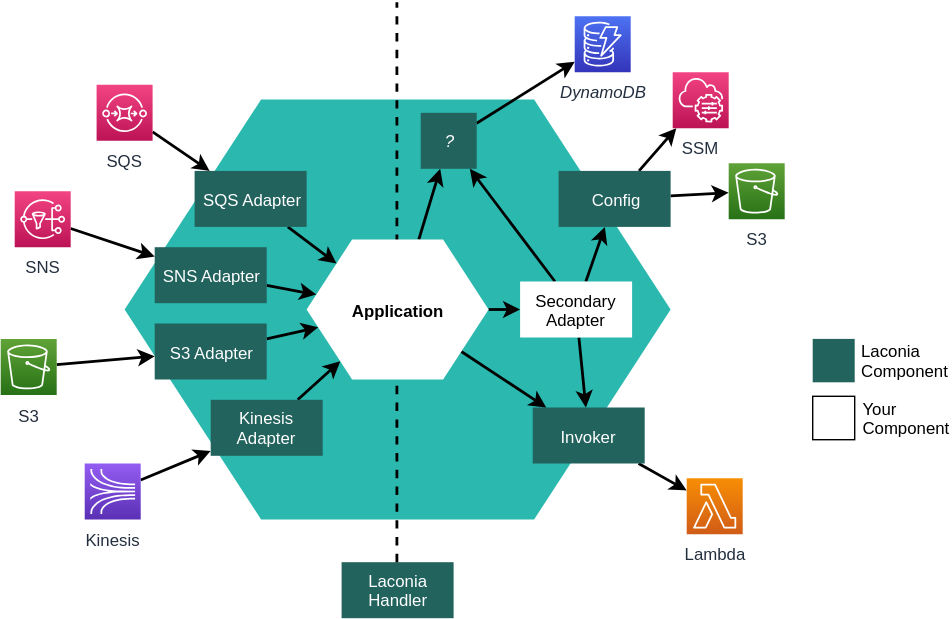
Above: docs/assets/core-concepts.drawio.svg in laconiajs/website (draw.io), before the change. Source tidied: cells renumbered, new cells last; positions are measured from the earlier drawing's top-left corner, leaving out a move shared by most shapes.
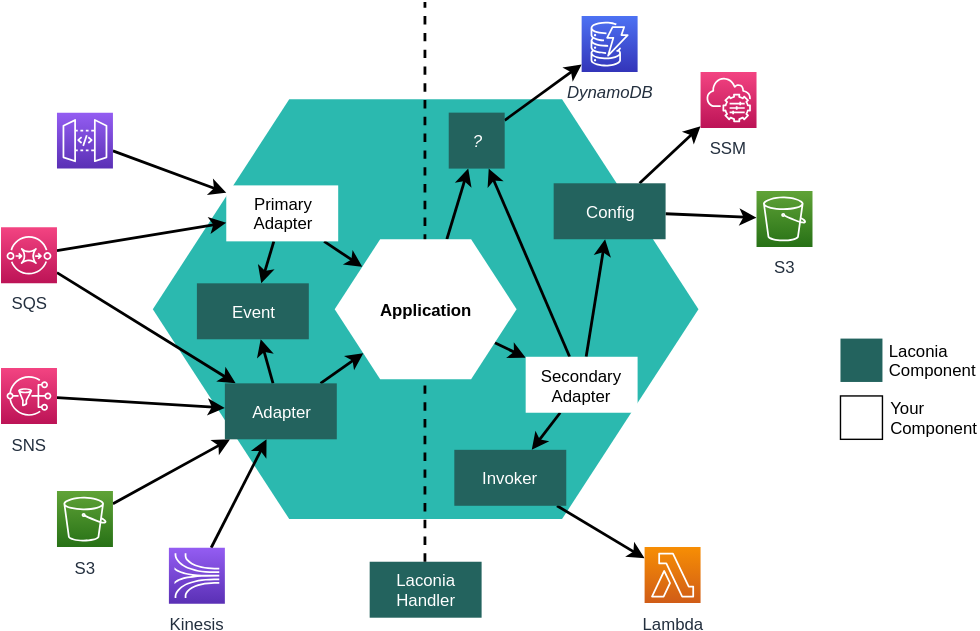
The same file after the commit.

Commit message:
Add event package in core concepts docs

What changed in the source:
```diff
@@ -8,17 +8,11 @@
     <mxCell id="3" value="&lt;span&gt;Laconia Handler&lt;/span&gt;" style="rounded=0;whiteSpace=wrap;html=1;fillColor=#23635e;strokeColor=none;fontColor=#FFFFFF;fontStyle=0;" parent="1" vertex="1">
       <mxGeometry x="243.5" y="400" width="80" height="40" as="geometry" />
     </mxCell>
-    <mxCell id="4" style="edgeStyle=none;rounded=0;jettySize=auto;html=1;strokeWidth=2;" parent="1" edge="1" source="5" target="12">
-      <mxGeometry relative="1" as="geometry" />
-    </mxCell>
-    <mxCell id="5" value="&lt;span&gt;SNS Adapter&lt;/span&gt;" style="rounded=0;whiteSpace=wrap;html=1;fillColor=#23635e;strokeColor=none;fontColor=#FFFFFF;fontStyle=0;" parent="1" vertex="1">
-      <mxGeometry x="110" y="175" width="80" height="40" as="geometry" />
-    </mxCell>
     <mxCell id="6" style="edgeStyle=none;rounded=0;jettySize=auto;html=1;strokeWidth=2;" parent="1" edge="1" source="7" target="13">
       <mxGeometry relative="1" as="geometry" />
     </mxCell>
     <mxCell id="7" value="&lt;span style=&quot;font-style: normal&quot;&gt;&lt;span&gt;Invoker&lt;/span&gt;&lt;/span&gt;&lt;br&gt;" style="rounded=0;whiteSpace=wrap;html=1;fillColor=#23635e;strokeColor=none;fontColor=#FFFFFF;fontStyle=2;" parent="1" vertex="1">
-      <mxGeometry x="380" y="289.5" width="80" height="40" as="geometry" />
+      <mxGeometry x="304" y="320" width="80" height="40" as="geometry" />
     </mxCell>
     <mxCell id="8" style="endArrow=none;dashed=1;html=1;fontColor=#FFFFFF;strokeWidth=2;" parent="1" edge="1">
       <mxGeometry relative="1" as="geometry">
@@ -29,9 +23,6 @@
     <mxCell id="9" style="edgeStyle=none;rounded=0;jettySize=auto;html=1;strokeWidth=2;" parent="1" edge="1" source="12" target="34">
       <mxGeometry relative="1" as="geometry" />
     </mxCell>
-    <mxCell id="10" style="edgeStyle=none;rounded=0;jettySize=auto;html=1;strokeWidth=2;" parent="1" edge="1" source="12" target="7">
-      <mxGeometry relative="1" as="geometry" />
-    </mxCell>
     <mxCell id="11" style="edgeStyle=none;rounded=0;jettySize=auto;html=1;strokeWidth=2;" parent="1" edge="1" source="12" target="23">
       <mxGeometry relative="1" as="geometry" />
     </mxCell>
@@ -39,31 +30,34 @@
       <mxGeometry x="218.5" y="169.5" width="130" height="100" as="geometry" />
     </mxCell>
     <mxCell id="13" value="Lambda" style="outlineConnect=0;fontColor=#232F3E;gradientColor=#F78E04;gradientDirection=north;fillColor=#D05C17;strokeColor=#ffffff;dashed=0;verticalLabelPosition=bottom;verticalAlign=top;align=center;html=1;fontSize=12;fontStyle=0;shape=mxgraph.aws4.resourceIcon;resIcon=mxgraph.aws4.lambda;" parent="1" vertex="1">
-      <mxGeometry x="490" y="340" width="40" height="40" as="geometry" />
+      <mxGeometry x="440" y="389.5" width="40" height="40" as="geometry" />
     </mxCell>
     <mxCell id="14" style="edgeStyle=none;rounded=0;jettySize=auto;html=1;strokeWidth=2;" parent="1" edge="1" source="15" target="26">
       <mxGeometry relative="1" as="geometry" />
     </mxCell>
     <mxCell id="15" value="S3" style="outlineConnect=0;fontColor=#232F3E;gradientColor=#60A337;gradientDirection=north;fillColor=#277116;strokeColor=#ffffff;dashed=0;verticalLabelPosition=bottom;verticalAlign=top;align=center;html=1;fontSize=12;fontStyle=0;shape=mxgraph.aws4.resourceIcon;resIcon=mxgraph.aws4.s3;" parent="1" vertex="1">
-      <mxGeometry y="240.5" width="40" height="40" as="geometry" />
+      <mxGeometry x="20" y="349.5" width="40" height="40" as="geometry" />
     </mxCell>
-    <mxCell id="16" style="rounded=0;jettySize=auto;html=1;strokeWidth=2;" parent="1" edge="1" source="17" target="28">
+    <mxCell id="16" style="rounded=0;jettySize=auto;html=1;strokeWidth=2;" parent="1" edge="1" source="17" target="26">
       <mxGeometry relative="1" as="geometry" />
     </mxCell>
     <mxCell id="17" value="Kinesis" style="outlineConnect=0;fontColor=#232F3E;gradientColor=#945DF2;gradientDirection=north;fillColor=#5A30B5;strokeColor=#ffffff;dashed=0;verticalLabelPosition=bottom;verticalAlign=top;align=center;html=1;fontSize=12;fontStyle=0;shape=mxgraph.aws4.resourceIcon;resIcon=mxgraph.aws4.kinesis;" parent="1" vertex="1">
-      <mxGeometry x="60" y="329.5" width="40" height="40" as="geometry" />
+      <mxGeometry x="100" y="390" width="40" height="40" as="geometry" />
     </mxCell>
-    <mxCell id="18" style="edgeStyle=none;rounded=0;jettySize=auto;html=1;strokeWidth=2;" parent="1" edge="1" source="19" target="5">
+    <mxCell id="18" style="edgeStyle=none;rounded=0;jettySize=auto;html=1;strokeWidth=2;" parent="1" edge="1" source="19" target="26">
       <mxGeometry relative="1" as="geometry" />
     </mxCell>
     <mxCell id="19" value="SNS" style="outlineConnect=0;fontColor=#232F3E;gradientColor=#F34482;gradientDirection=north;fillColor=#BC1356;strokeColor=#ffffff;dashed=0;verticalLabelPosition=bottom;verticalAlign=top;align=center;html=1;fontSize=12;fontStyle=0;shape=mxgraph.aws4.resourceIcon;resIcon=mxgraph.aws4.sns;" parent="1" vertex="1">
-      <mxGeometry x="10" y="135" width="40" height="40" as="geometry" />
+      <mxGeometry x="-20" y="261.5" width="40" height="40" as="geometry" />
     </mxCell>
-    <mxCell id="20" style="edgeStyle=none;rounded=0;jettySize=auto;html=1;strokeWidth=2;" parent="1" edge="1" source="21" target="30">
+    <mxCell id="20" style="edgeStyle=none;rounded=0;jettySize=auto;html=1;strokeWidth=2;" parent="1" edge="1" source="21" target="26">
       <mxGeometry relative="1" as="geometry" />
     </mxCell>
+    <mxCell id="42" style="edgeStyle=none;rounded=0;jettySize=auto;html=1;strokeWidth=2;" parent="1" edge="1" source="21" target="46">
+      <mxGeometry relative="1" as="geometry" />
+    </mxCell>
     <mxCell id="21" value="SQS" style="outlineConnect=0;fontColor=#232F3E;gradientColor=#F34482;gradientDirection=north;fillColor=#BC1356;strokeColor=#ffffff;dashed=0;verticalLabelPosition=bottom;verticalAlign=top;align=center;html=1;fontSize=12;fontStyle=0;shape=mxgraph.aws4.resourceIcon;resIcon=mxgraph.aws4.sqs;" parent="1" vertex="1">
-      <mxGeometry x="68.5" y="59" width="40" height="40" as="geometry" />
+      <mxGeometry x="-20" y="161" width="40" height="40" as="geometry" />
     </mxCell>
     <mxCell id="22" style="edgeStyle=none;rounded=0;jettySize=auto;html=1;strokeWidth=2;" parent="1" edge="1" source="23" target="24">
       <mxGeometry relative="1" as="geometry" />
@@ -72,26 +66,17 @@
       <mxGeometry x="300" y="79" width="40" height="40" as="geometry" />
     </mxCell>
     <mxCell id="24" value="&lt;i&gt;DynamoDB&lt;/i&gt;" style="outlineConnect=0;fontColor=#232F3E;gradientColor=#4D72F3;gradientDirection=north;fillColor=#3334B9;strokeColor=#ffffff;dashed=0;verticalLabelPosition=bottom;verticalAlign=top;align=center;html=1;fontSize=12;fontStyle=0;shape=mxgraph.aws4.resourceIcon;resIcon=mxgraph.aws4.dynamodb;" parent="1" vertex="1">
-      <mxGeometry x="410" y="10" width="40" height="40" as="geometry" />
+      <mxGeometry x="395" y="10" width="40" height="40" as="geometry" />
     </mxCell>
     <mxCell id="25" style="edgeStyle=none;rounded=0;jettySize=auto;html=1;strokeWidth=2;" parent="1" edge="1" source="26" target="12">
       <mxGeometry relative="1" as="geometry" />
     </mxCell>
+    <mxCell id="43" style="edgeStyle=none;rounded=0;jettySize=auto;html=1;strokeWidth=2;" parent="1" edge="1" source="26" target="49">
+      <mxGeometry relative="1" as="geometry" />
+    </mxCell>
-    <mxCell id="26" value="&lt;span&gt;S3 Adapter&lt;/span&gt;" style="rounded=0;whiteSpace=wrap;html=1;fillColor=#23635e;strokeColor=none;fontColor=#FFFFFF;fontStyle=0;" parent="1" vertex="1">
-      <mxGeometry x="110" y="229.5" width="80" height="40" as="geometry" />
+    <mxCell id="26" value="&lt;span&gt;Adapter&lt;/span&gt;" style="rounded=0;whiteSpace=wrap;html=1;fillColor=#23635e;strokeColor=none;fontColor=#FFFFFF;fontStyle=0;" parent="1" vertex="1">
+      <mxGeometry x="140" y="272.5" width="80" height="40" as="geometry" />
     </mxCell>
-    <mxCell id="27" style="edgeStyle=none;rounded=0;jettySize=auto;html=1;strokeWidth=2;" parent="1" edge="1" source="28" target="12">
-      <mxGeometry relative="1" as="geometry" />
-    </mxCell>
-    <mxCell id="28" value="&lt;span&gt;Kinesis Adapter&lt;/span&gt;" style="rounded=0;whiteSpace=wrap;html=1;fillColor=#23635e;strokeColor=none;fontColor=#FFFFFF;fontStyle=0;" parent="1" vertex="1">
-      <mxGeometry x="150" y="284" width="80" height="40" as="geometry" />
-    </mxCell>
-    <mxCell id="29" style="edgeStyle=none;rounded=0;jettySize=auto;html=1;strokeWidth=2;" parent="1" edge="1" source="30" target="12">
-      <mxGeometry relative="1" as="geometry" />
-    </mxCell>
-    <mxCell id="30" value="&lt;span&gt;SQS Adapter&lt;/span&gt;" style="rounded=0;whiteSpace=wrap;html=1;fillColor=#23635e;strokeColor=none;fontColor=#FFFFFF;fontStyle=0;" parent="1" vertex="1">
-      <mxGeometry x="138.5" y="120.5" width="80" height="40" as="geometry" />
-    </mxCell>
     <mxCell id="31" style="edgeStyle=none;rounded=0;jettySize=auto;html=1;strokeWidth=2;" parent="1" edge="1" source="34" target="37">
       <mxGeometry relative="1" as="geometry" />
     </mxCell>
@@ -102,7 +87,7 @@
       <mxGeometry relative="1" as="geometry" />
     </mxCell>
     <mxCell id="34" value="&lt;span&gt;Secondary Adapter&lt;/span&gt;" style="rounded=0;whiteSpace=wrap;html=1;fillColor=#FFFFFF;strokeColor=none;fontColor=#000000;fontStyle=0;" parent="1" vertex="1">
-      <mxGeometry x="371" y="199.5" width="80" height="40" as="geometry" />
+      <mxGeometry x="355" y="253.5" width="80" height="40" as="geometry" />
     </mxCell>
     <mxCell id="35" style="edgeStyle=none;rounded=0;jettySize=auto;html=1;strokeWidth=2;" parent="1" edge="1" source="37" target="39">
       <mxGeometry relative="1" as="geometry" />
@@ -111,10 +96,10 @@
       <mxGeometry relative="1" as="geometry" />
     </mxCell>
     <mxCell id="37" value="&lt;span style=&quot;font-style: normal&quot;&gt;Config&lt;/span&gt;&lt;br&gt;" style="rounded=0;whiteSpace=wrap;html=1;fillColor=#23635e;strokeColor=none;fontColor=#FFFFFF;fontStyle=2;" parent="1" vertex="1">
-      <mxGeometry x="398.5" y="120.5" width="80" height="40" as="geometry" />
+      <mxGeometry x="375" y="129.5" width="80" height="40" as="geometry" />
     </mxCell>
     <mxCell id="38" value="S3" style="outlineConnect=0;fontColor=#232F3E;gradientColor=#60A337;gradientDirection=north;fillColor=#277116;strokeColor=#ffffff;dashed=0;verticalLabelPosition=bottom;verticalAlign=top;align=center;html=1;fontSize=12;fontStyle=0;shape=mxgraph.aws4.resourceIcon;resIcon=mxgraph.aws4.s3;" parent="1" vertex="1">
-      <mxGeometry x="520" y="115" width="40" height="40" as="geometry" />
+      <mxGeometry x="520" y="135" width="40" height="40" as="geometry" />
     </mxCell>
     <mxCell id="39" value="SSM" style="outlineConnect=0;fontColor=#232F3E;gradientColor=#F34482;gradientDirection=north;fillColor=#BC1356;strokeColor=#ffffff;dashed=0;verticalLabelPosition=bottom;verticalAlign=top;align=center;html=1;fontSize=12;fontStyle=0;shape=mxgraph.aws4.resourceIcon;resIcon=mxgraph.aws4.systems_manager;" parent="1" vertex="1">
       <mxGeometry x="480" y="50" width="40" height="40" as="geometry" />
@@ -125,5 +110,23 @@
     <mxCell id="41" value="Your Component" style="rounded=0;whiteSpace=wrap;html=1;fontStyle=0;labelPosition=right;verticalLabelPosition=middle;align=left;verticalAlign=middle;spacing=5;" parent="1" vertex="1">
       <mxGeometry x="580" y="281.5" width="30" height="31" as="geometry" />
     </mxCell>
+    <mxCell id="44" style="rounded=0;jettySize=auto;html=1;strokeWidth=2;" parent="1" edge="1" source="46" target="12">
+      <mxGeometry relative="1" as="geometry" />
+    </mxCell>
+    <mxCell id="45" style="edgeStyle=none;rounded=0;jettySize=auto;html=1;strokeWidth=2;" parent="1" edge="1" source="46" target="49">
+      <mxGeometry relative="1" as="geometry" />
+    </mxCell>
+    <mxCell id="46" value="&lt;span&gt;Primary&lt;br&gt;Adapter&lt;/span&gt;" style="rounded=0;whiteSpace=wrap;html=1;fillColor=#FFFFFF;strokeColor=none;fontColor=#000000;fontStyle=0;" parent="1" vertex="1">
+      <mxGeometry x="141" y="131" width="80" height="40" as="geometry" />
+    </mxCell>
+    <mxCell id="47" style="edgeStyle=none;rounded=0;jettySize=auto;html=1;strokeWidth=2;" parent="1" edge="1" source="48" target="46">
+      <mxGeometry relative="1" as="geometry" />
+    </mxCell>
+    <mxCell id="48" style="outlineConnect=0;fontColor=#232F3E;gradientColor=#945DF2;gradientDirection=north;fillColor=#5A30B5;strokeColor=#ffffff;dashed=0;verticalLabelPosition=bottom;verticalAlign=top;align=center;html=1;fontSize=12;fontStyle=0;shape=mxgraph.aws4.resourceIcon;resIcon=mxgraph.aws4.api_gateway;" parent="1" vertex="1">
+      <mxGeometry x="20" y="79" width="40" height="40" as="geometry" />
+    </mxCell>
+    <mxCell id="49" value="&lt;span&gt;Event&lt;/span&gt;" style="rounded=0;whiteSpace=wrap;html=1;fillColor=#23635e;strokeColor=none;fontColor=#FFFFFF;fontStyle=0;" parent="1" vertex="1">
+      <mxGeometry x="120" y="201" width="80" height="40" as="geometry" />
+    </mxCell>
   </root>
 </mxGraphModel>
```
